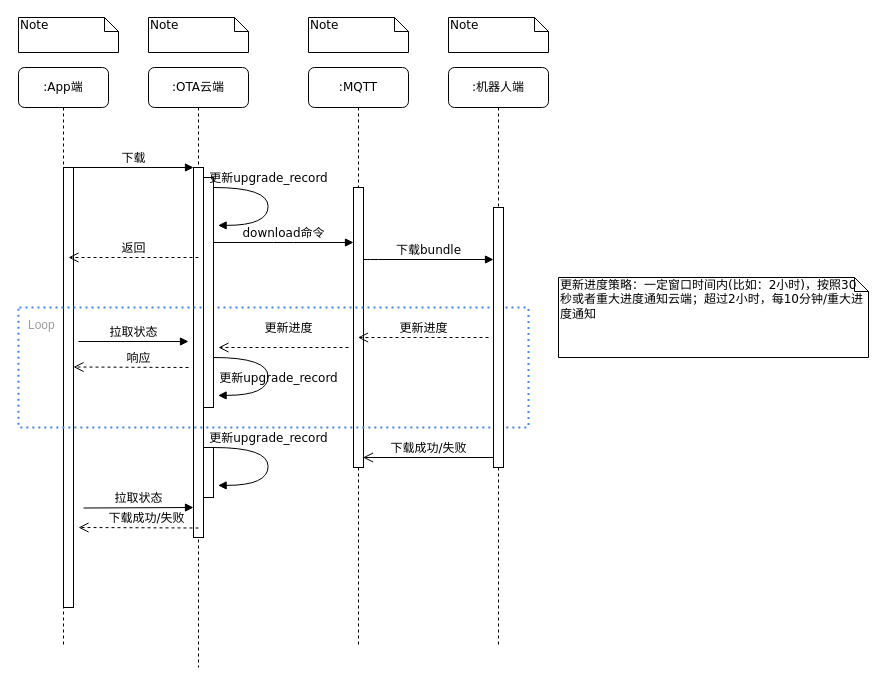
feihu618/drawio keeps this draw.io diagram as craft/download_flow.drawio. Above is the earlier version. Source tidied: cells renumbered, new cells numbered last; positions are measured from the earlier drawing's top-left corner, leaving out a move shared by most shapes. Both pictures are drawn from the tidied source at 100%, with x=0, y=0 at pixel (18, 17).
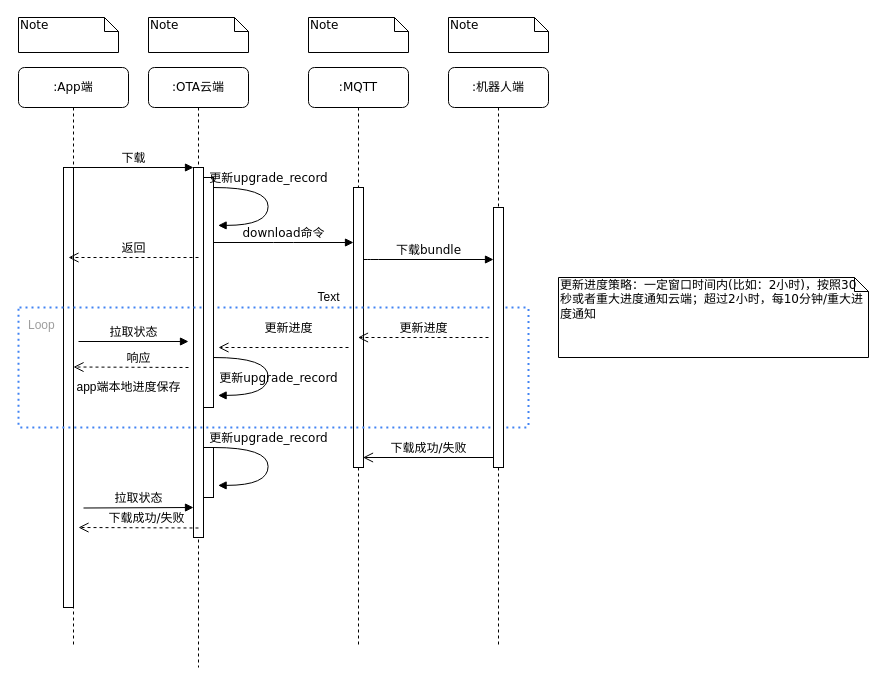
After the change.

Change to the diagram source:
```diff
@@
     <mxCell id="10" value=":App端" style="shape=umlLifeline;perimeter=lifelinePerimeter;whiteSpace=wrap;html=1;rounded=1;shadow=0;comic=0;labelBackgroundColor=none;strokeWidth=1;fontFamily=Verdana;fontSize=12;align=center;" parent="1" vertex="1">
-      <mxGeometry y="50" width="90" height="580" as="geometry" />
+      <mxGeometry y="50" width="110" height="580" as="geometry" />
     </mxCell>
@@
+    <mxCell id="33" value="app端本地进度保存" style="text;html=1;align=center;verticalAlign=middle;fillColor=none;strokeColor=none;rounded=0;" parent="10" vertex="1">
+      <mxGeometry x="50" y="310" width="120" height="20" as="geometry" />
+    </mxCell>
@@
+    <mxCell id="34" value="Text" style="text;html=1;align=center;verticalAlign=middle;fillColor=none;strokeColor=none;rounded=0;" parent="1" vertex="1">
+      <mxGeometry x="290" y="270" width="40" height="20" as="geometry" />
+    </mxCell>
```
